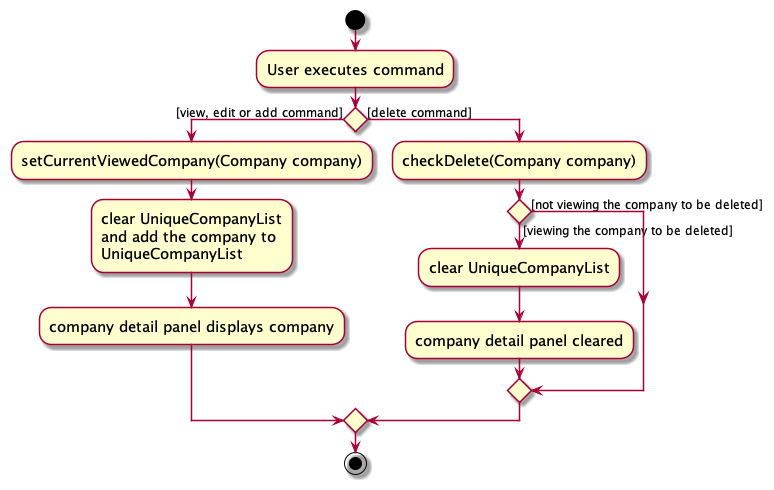
tayruxin/tp keeps this PlantUML diagram as docs/images/CompanyDetailPanelActivityDiagram.png. Above is the earlier version.
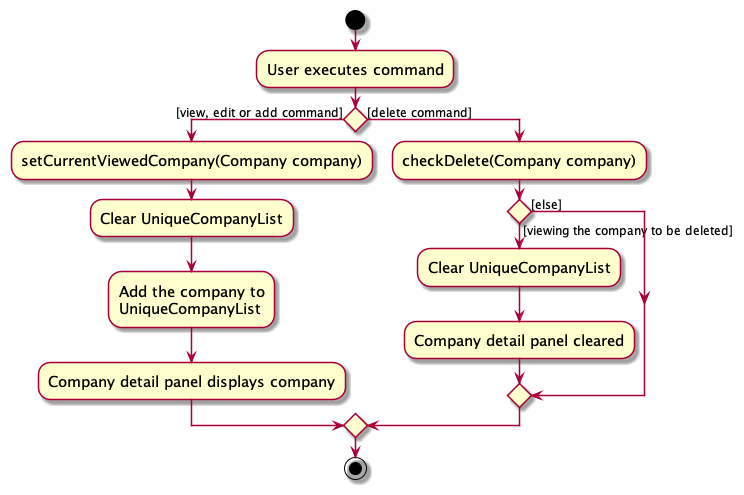
After the change.

The edit, as a diff of the source:
```diff
@@ -8,16 +8,16 @@
 
 if () then ([view, edit or add command])
     :setCurrentViewedCompany(Company company);
-    :clear UniqueCompanyList
-    and add the company to
+    :Clear UniqueCompanyList;
+    :Add the company to
     UniqueCompanyList;
-    :company detail panel displays company;
+    :Company detail panel displays company;
 else ([delete command])
     :checkDelete(Company company);
     if () then ([viewing the company to be deleted])
-        :clear UniqueCompanyList;
-        :company detail panel cleared;
-    else ([not viewing the company to be deleted])
+        :Clear UniqueCompanyList;
+        :Company detail panel cleared;
+    else ([else])
     endif
 
 endif
```
